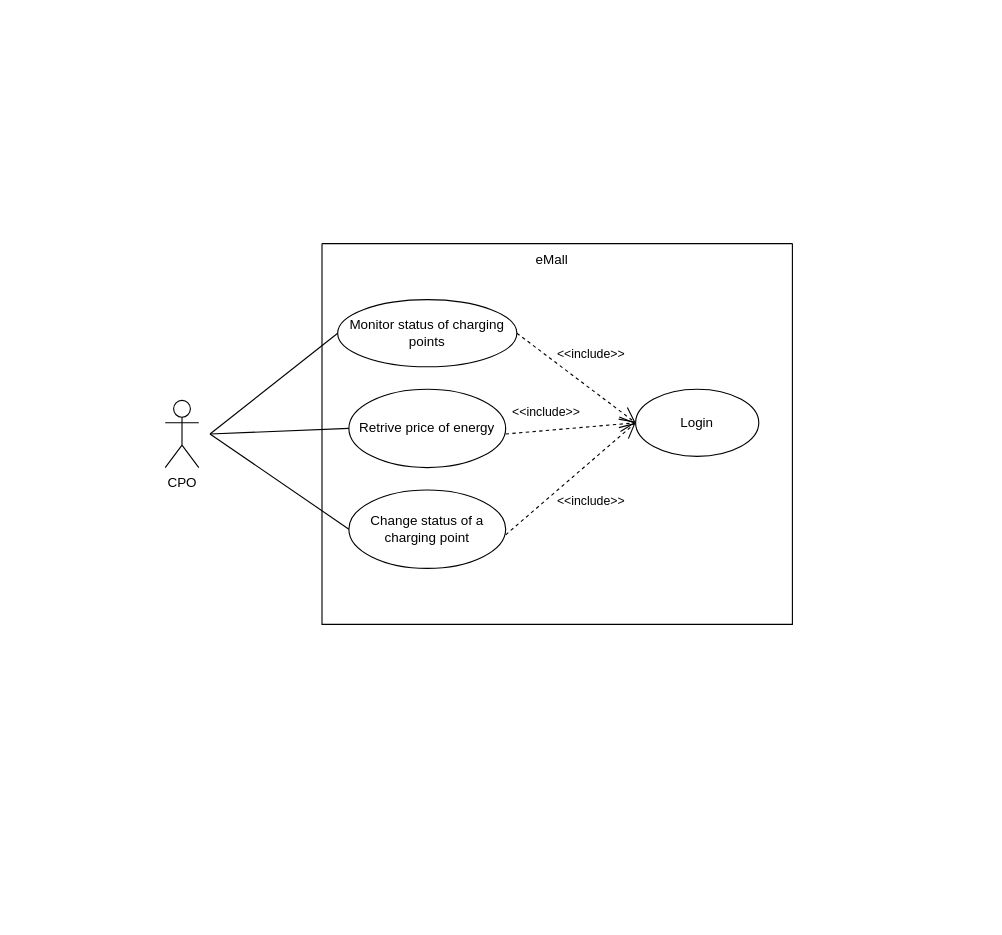
Before: RASD/src/use_case_diagram/cpo.drawio in gio-del/eMall, a draw.io diagram. Source tidied: cells renumbered, new cells numbered last; positions are measured from the earlier drawing's top-left corner, leaving out a move shared by most shapes. Both pictures are drawn from the tidied source at 112%, with x=0, y=0 at pixel (165, 243).
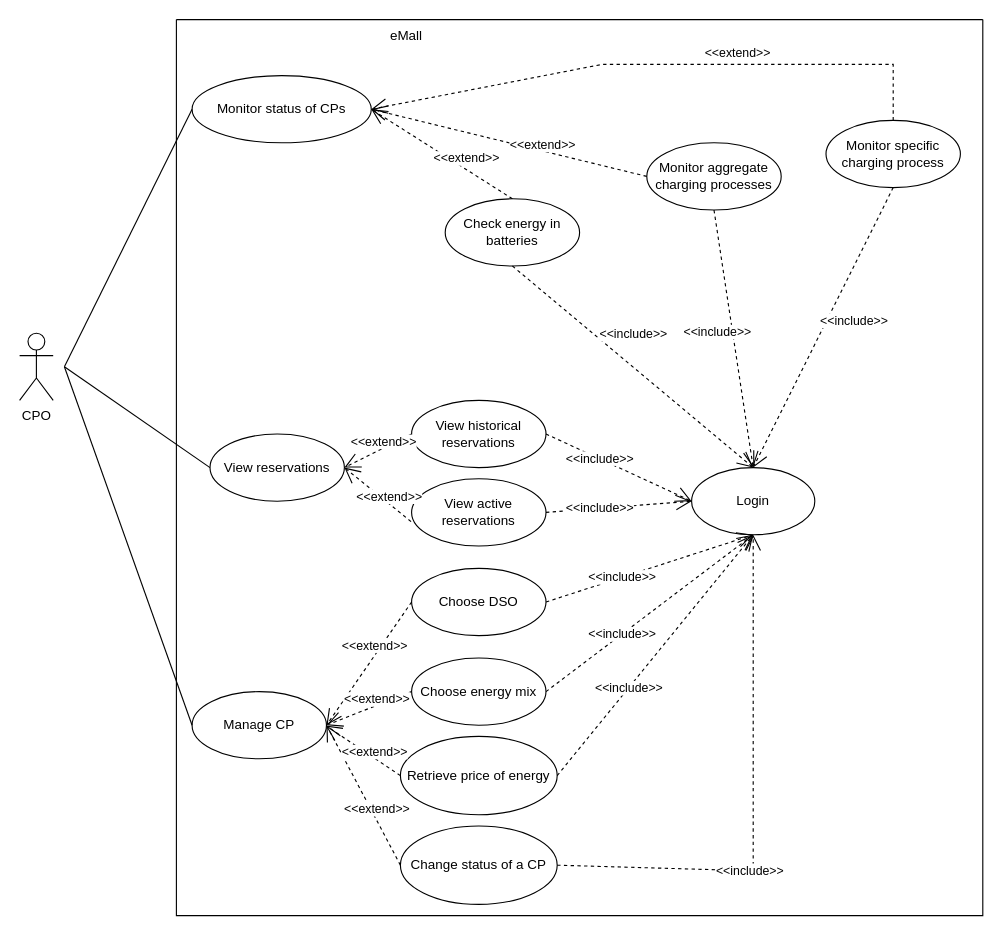
The same diagram, later.

Commit message (it also covers changes not shown here):
use cases

Diff of the diagram source:
```diff
@@
     <mxCell id="2" value="CPO" style="shape=umlActor;verticalLabelPosition=bottom;verticalAlign=top;html=1;" parent="1" vertex="1">
-      <mxGeometry y="140" width="30" height="60" as="geometry" />
+      <mxGeometry x="-130" y="80" width="30" height="60" as="geometry" />
     </mxCell>
     <mxCell id="3" style="swimlane;startSize=0;" parent="1" vertex="1">
-      <mxGeometry x="140" width="420" height="340" as="geometry" />
+      <mxGeometry x="10" y="-200" width="720" height="800" as="geometry" />
     </mxCell>
@@
     <mxCell id="5" value="Login" style="ellipse;whiteSpace=wrap;html=1;strokeWidth=1;" parent="3" vertex="1">
-      <mxGeometry x="280" y="130" width="110" height="60" as="geometry" />
+      <mxGeometry x="460" y="400" width="110" height="60" as="geometry" />
     </mxCell>
-    <mxCell id="6" value="Monitor status of charging points" style="ellipse;whiteSpace=wrap;html=1;strokeWidth=1;" parent="3" vertex="1">
+    <mxCell id="6" value="Monitor status of CPs" style="ellipse;whiteSpace=wrap;html=1;strokeWidth=1;" parent="3" vertex="1">
       <mxGeometry x="14" y="50" width="160" height="60" as="geometry" />
     </mxCell>
-    <mxCell id="7" value="Retrive price of energy" style="ellipse;whiteSpace=wrap;html=1;strokeWidth=1;" parent="3" vertex="1">
-      <mxGeometry x="24" y="130" width="140" height="70" as="geometry" />
-    </mxCell>
-    <mxCell id="8" value="Change status of a charging point" style="ellipse;whiteSpace=wrap;html=1;strokeWidth=1;" parent="3" vertex="1">
-      <mxGeometry x="24" y="220" width="140" height="70" as="geometry" />
-    </mxCell>
-    <mxCell id="9" value="&amp;lt;&amp;lt;include&amp;gt;&amp;gt;" style="endArrow=open;endSize=12;dashed=1;html=1;rounded=0;exitX=1;exitY=0.5;exitDx=0;exitDy=0;entryX=0;entryY=0.5;entryDx=0;entryDy=0;" parent="3" edge="1" source="6" target="5">
-      <mxGeometry x="-0.03" y="24" relative="1" as="geometry" />
-    </mxCell>
-    <mxCell id="10" value="&amp;lt;&amp;lt;include&amp;gt;&amp;gt;" style="endArrow=open;endSize=12;dashed=1;html=1;rounded=0;exitX=1;exitY=0.5;exitDx=0;exitDy=0;entryX=0;entryY=0.5;entryDx=0;entryDy=0;" parent="3" edge="1" target="5">
-      <mxGeometry x="-0.35" y="17" relative="1" as="geometry">
-        <mxPoint x="164" y="170" as="sourcePoint" />
-      </mxGeometry>
-    </mxCell>
-    <mxCell id="11" value="&amp;lt;&amp;lt;include&amp;gt;&amp;gt;" style="endArrow=open;endSize=12;dashed=1;html=1;rounded=0;exitX=1;exitY=0.5;exitDx=0;exitDy=0;" parent="3" edge="1">
-      <mxGeometry x="0.01" y="-27" relative="1" as="geometry">
-        <mxPoint x="164" y="260" as="sourcePoint" />
-        <mxPoint x="280" y="160" as="targetPoint" />
-      </mxGeometry>
-    </mxCell>
+    <mxCell id="15" value="Monitor aggregate charging processes" style="ellipse;whiteSpace=wrap;html=1;" parent="3" vertex="1">
+      <mxGeometry x="420" y="110" width="120" height="60" as="geometry" />
+    </mxCell>
+    <mxCell id="16" value="&amp;lt;&amp;lt;extend&amp;gt;&amp;gt;" style="endArrow=open;endSize=12;dashed=1;html=1;rounded=0;exitX=0;exitY=0.5;exitDx=0;exitDy=0;entryX=1;entryY=0.5;entryDx=0;entryDy=0;" parent="3" edge="1" source="15" target="6">
+      <mxGeometry x="-0.23" y="-5" relative="1" as="geometry" />
+    </mxCell>
+    <mxCell id="17" value="Check energy in batteries" style="ellipse;whiteSpace=wrap;html=1;" parent="3" vertex="1">
+      <mxGeometry x="240" y="160" width="120" height="60" as="geometry" />
+    </mxCell>
+    <mxCell id="18" value="&amp;lt;&amp;lt;extend&amp;gt;&amp;gt;" style="endArrow=open;endSize=12;dashed=1;html=1;rounded=0;exitX=0.5;exitY=0;exitDx=0;exitDy=0;entryX=1;entryY=0.5;entryDx=0;entryDy=0;" parent="3" edge="1" source="17" target="6">
+      <mxGeometry x="-0.28" y="-8" relative="1" as="geometry" />
+    </mxCell>
+    <mxCell id="19" value="Monitor specific charging process" style="ellipse;whiteSpace=wrap;html=1;" parent="3" vertex="1">
+      <mxGeometry x="580" y="90" width="120" height="60" as="geometry" />
+    </mxCell>
+    <mxCell id="20" value="&amp;lt;&amp;lt;include&amp;gt;&amp;gt;" style="endArrow=open;endSize=12;dashed=1;html=1;rounded=0;exitX=0.5;exitY=1;exitDx=0;exitDy=0;entryX=0.5;entryY=0;entryDx=0;entryDy=0;" parent="3" edge="1" source="17" target="5">
+      <mxGeometry x="-0.13" y="22" relative="1" as="geometry" />
+    </mxCell>
+    <mxCell id="21" value="&amp;lt;&amp;lt;include&amp;gt;&amp;gt;" style="endArrow=open;endSize=12;dashed=1;html=1;rounded=0;exitX=0.5;exitY=1;exitDx=0;exitDy=0;entryX=0.5;entryY=0;entryDx=0;entryDy=0;" parent="3" edge="1" source="15" target="5">
+      <mxGeometry x="-0.07" y="-13" relative="1" as="geometry" />
+    </mxCell>
+    <mxCell id="22" value="&amp;lt;&amp;lt;include&amp;gt;&amp;gt;" style="endArrow=open;endSize=12;dashed=1;html=1;rounded=0;exitX=0.5;exitY=1;exitDx=0;exitDy=0;entryX=0.5;entryY=0;entryDx=0;entryDy=0;" parent="3" edge="1" source="19" target="5">
+      <mxGeometry x="-0.13" y="22" relative="1" as="geometry" />
+    </mxCell>
+    <mxCell id="23" value="&amp;lt;&amp;lt;extend&amp;gt;&amp;gt;" style="endArrow=open;endSize=12;dashed=1;html=1;rounded=0;exitX=0.5;exitY=0;exitDx=0;exitDy=0;entryX=1;entryY=0.5;entryDx=0;entryDy=0;" parent="3" edge="1" source="19" target="6">
+      <mxGeometry x="-0.27" y="-10" relative="1" as="geometry">
+        <Array as="points">
+          <mxPoint x="640" y="40" />
+          <mxPoint x="380" y="40" />
+        </Array>
+        <mxPoint x="1" as="offset" />
+      </mxGeometry>
+    </mxCell>
+    <mxCell id="24" value="View reservations" style="ellipse;whiteSpace=wrap;html=1;" parent="3" vertex="1">
+      <mxGeometry x="30" y="370" width="120" height="60" as="geometry" />
+    </mxCell>
+    <mxCell id="25" value="View historical reservations" style="ellipse;whiteSpace=wrap;html=1;" parent="3" vertex="1">
+      <mxGeometry x="210" y="340" width="120" height="60" as="geometry" />
+    </mxCell>
+    <mxCell id="26" value="&amp;lt;&amp;lt;extend&amp;gt;&amp;gt;" style="endArrow=open;endSize=12;dashed=1;html=1;rounded=0;exitX=0;exitY=0.5;exitDx=0;exitDy=0;entryX=1;entryY=0.5;entryDx=0;entryDy=0;" parent="3" edge="1" source="25" target="24">
+      <mxGeometry x="-0.23" y="-5" relative="1" as="geometry" />
+    </mxCell>
+    <mxCell id="27" value="&amp;lt;&amp;lt;include&amp;gt;&amp;gt;" style="endArrow=open;endSize=12;dashed=1;html=1;rounded=0;exitX=1;exitY=0.5;exitDx=0;exitDy=0;entryX=0;entryY=0.5;entryDx=0;entryDy=0;" parent="3" edge="1" source="25" target="5">
+      <mxGeometry x="-0.28" relative="1" as="geometry">
+        <mxPoint x="1" as="offset" />
+      </mxGeometry>
+    </mxCell>
+    <mxCell id="28" value="Manage CP" style="ellipse;whiteSpace=wrap;html=1;" parent="3" vertex="1">
+      <mxGeometry x="14" y="600" width="120" height="60" as="geometry" />
+    </mxCell>
+    <mxCell id="29" value="Choose DSO" style="ellipse;whiteSpace=wrap;html=1;" parent="3" vertex="1">
+      <mxGeometry x="210" y="490" width="120" height="60" as="geometry" />
+    </mxCell>
+    <mxCell id="30" value="&amp;lt;&amp;lt;extend&amp;gt;&amp;gt;" style="endArrow=open;endSize=12;dashed=1;html=1;rounded=0;exitX=0;exitY=0.5;exitDx=0;exitDy=0;entryX=1;entryY=0.5;entryDx=0;entryDy=0;" parent="3" edge="1" source="29" target="28">
+      <mxGeometry x="-0.23" y="-5" relative="1" as="geometry" />
+    </mxCell>
+    <mxCell id="31" value="Choose energy mix" style="ellipse;whiteSpace=wrap;html=1;" parent="3" vertex="1">
+      <mxGeometry x="210" y="570" width="120" height="60" as="geometry" />
+    </mxCell>
+    <mxCell id="32" value="&amp;lt;&amp;lt;extend&amp;gt;&amp;gt;" style="endArrow=open;endSize=12;dashed=1;html=1;rounded=0;exitX=0;exitY=0.5;exitDx=0;exitDy=0;entryX=1;entryY=0.5;entryDx=0;entryDy=0;" parent="3" edge="1" source="31" target="28">
+      <mxGeometry x="-0.23" y="-5" relative="1" as="geometry" />
+    </mxCell>
+    <mxCell id="33" value="&amp;lt;&amp;lt;include&amp;gt;&amp;gt;" style="endArrow=open;endSize=12;dashed=1;html=1;rounded=0;exitX=1;exitY=0.5;exitDx=0;exitDy=0;entryX=0.5;entryY=1;entryDx=0;entryDy=0;" parent="3" edge="1" source="31" target="5">
+      <mxGeometry x="-0.28" relative="1" as="geometry">
+        <mxPoint x="1" as="offset" />
+      </mxGeometry>
+    </mxCell>
+    <mxCell id="34" value="&amp;lt;&amp;lt;include&amp;gt;&amp;gt;" style="endArrow=open;endSize=12;dashed=1;html=1;rounded=0;exitX=1;exitY=0.5;exitDx=0;exitDy=0;entryX=0.5;entryY=1;entryDx=0;entryDy=0;" parent="3" edge="1" source="29" target="5">
+      <mxGeometry x="-0.28" relative="1" as="geometry">
+        <mxPoint x="1" as="offset" />
+      </mxGeometry>
+    </mxCell>
+    <mxCell id="35" value="Change status of a CP" style="ellipse;whiteSpace=wrap;html=1;strokeWidth=1;" parent="3" vertex="1">
+      <mxGeometry x="200" y="720" width="140" height="70" as="geometry" />
+    </mxCell>
+    <mxCell id="36" value="&amp;lt;&amp;lt;include&amp;gt;&amp;gt;" style="endArrow=open;endSize=12;dashed=1;html=1;rounded=0;exitX=1;exitY=0.5;exitDx=0;exitDy=0;entryX=0.5;entryY=1;entryDx=0;entryDy=0;" parent="3" edge="1" source="35" target="5">
+      <mxGeometry x="-0.28" relative="1" as="geometry">
+        <Array as="points">
+          <mxPoint x="515" y="760" />
+        </Array>
+        <mxPoint x="1" as="offset" />
+      </mxGeometry>
+    </mxCell>
+    <mxCell id="37" value="&amp;lt;&amp;lt;extend&amp;gt;&amp;gt;" style="endArrow=open;endSize=12;dashed=1;html=1;rounded=0;exitX=0;exitY=0.5;exitDx=0;exitDy=0;entryX=1;entryY=0.5;entryDx=0;entryDy=0;" parent="3" edge="1" source="35" target="28">
+      <mxGeometry x="-0.23" y="-5" relative="1" as="geometry" />
+    </mxCell>
+    <mxCell id="38" value="View active reservations" style="ellipse;whiteSpace=wrap;html=1;" parent="3" vertex="1">
+      <mxGeometry x="210" y="410" width="120" height="60" as="geometry" />
+    </mxCell>
+    <mxCell id="39" value="&amp;lt;&amp;lt;extend&amp;gt;&amp;gt;" style="endArrow=open;endSize=12;dashed=1;html=1;rounded=0;exitX=-0.004;exitY=0.637;exitDx=0;exitDy=0;entryX=1;entryY=0.5;entryDx=0;entryDy=0;exitPerimeter=0;" parent="3" edge="1" source="38" target="24">
+      <mxGeometry x="-0.23" y="-5" relative="1" as="geometry" />
+    </mxCell>
+    <mxCell id="40" value="&amp;lt;&amp;lt;include&amp;gt;&amp;gt;" style="endArrow=open;endSize=12;dashed=1;html=1;rounded=0;exitX=1;exitY=0.5;exitDx=0;exitDy=0;entryX=0;entryY=0.5;entryDx=0;entryDy=0;" parent="3" edge="1" source="38" target="5">
+      <mxGeometry x="-0.28" relative="1" as="geometry">
+        <mxPoint x="1" as="offset" />
+      </mxGeometry>
+    </mxCell>
+    <mxCell id="41" value="Retrieve price of energy" style="ellipse;whiteSpace=wrap;html=1;strokeWidth=1;" parent="3" vertex="1">
+      <mxGeometry x="200" y="640" width="140" height="70" as="geometry" />
+    </mxCell>
+    <mxCell id="42" value="&amp;lt;&amp;lt;include&amp;gt;&amp;gt;" style="endArrow=open;endSize=12;dashed=1;html=1;rounded=0;exitX=1;exitY=0.5;exitDx=0;exitDy=0;entryX=0.5;entryY=1;entryDx=0;entryDy=0;" parent="3" edge="1" source="41" target="5">
+      <mxGeometry x="-0.28" relative="1" as="geometry">
+        <mxPoint x="1" as="offset" />
+      </mxGeometry>
+    </mxCell>
+    <mxCell id="43" value="&amp;lt;&amp;lt;extend&amp;gt;&amp;gt;" style="endArrow=open;endSize=12;dashed=1;html=1;rounded=0;exitX=0;exitY=0.5;exitDx=0;exitDy=0;entryX=0.995;entryY=0.506;entryDx=0;entryDy=0;entryPerimeter=0;" parent="3" edge="1" source="41" target="28">
+      <mxGeometry x="-0.23" y="-5" relative="1" as="geometry" />
+    </mxCell>
     <mxCell id="12" style="endArrow=none;html=1;rounded=0;entryX=0;entryY=0.5;entryDx=0;entryDy=0;" parent="1" edge="1" target="6">
       <mxGeometry relative="1" as="geometry">
-        <mxPoint x="40" y="170" as="sourcePoint" />
+        <mxPoint x="-90" y="110" as="sourcePoint" />
       </mxGeometry>
     </mxCell>
-    <mxCell id="13" style="endArrow=none;html=1;rounded=0;entryX=0;entryY=0.5;entryDx=0;entryDy=0;" parent="1" edge="1" target="7">
-      <mxGeometry relative="1" as="geometry">
-        <mxPoint x="40" y="170" as="sourcePoint" />
-      </mxGeometry>
-    </mxCell>
-    <mxCell id="14" style="endArrow=none;html=1;rounded=0;entryX=0;entryY=0.5;entryDx=0;entryDy=0;" parent="1" edge="1" target="8">
+    <mxCell id="14" style="endArrow=none;html=1;rounded=0;entryX=0;entryY=0.5;entryDx=0;entryDy=0;" parent="1" edge="1" target="24">
       <mxGeometry relative="1" as="geometry">
-        <mxPoint x="40" y="170" as="sourcePoint" />
+        <mxPoint x="-90" y="110" as="sourcePoint" />
       </mxGeometry>
     </mxCell>
+    <mxCell id="44" style="endArrow=none;html=1;rounded=0;entryX=0;entryY=0.5;entryDx=0;entryDy=0;" parent="1" edge="1" target="28">
+      <mxGeometry relative="1" as="geometry">
+        <mxPoint x="-90" y="110" as="sourcePoint" />
+      </mxGeometry>
+    </mxCell>
```
